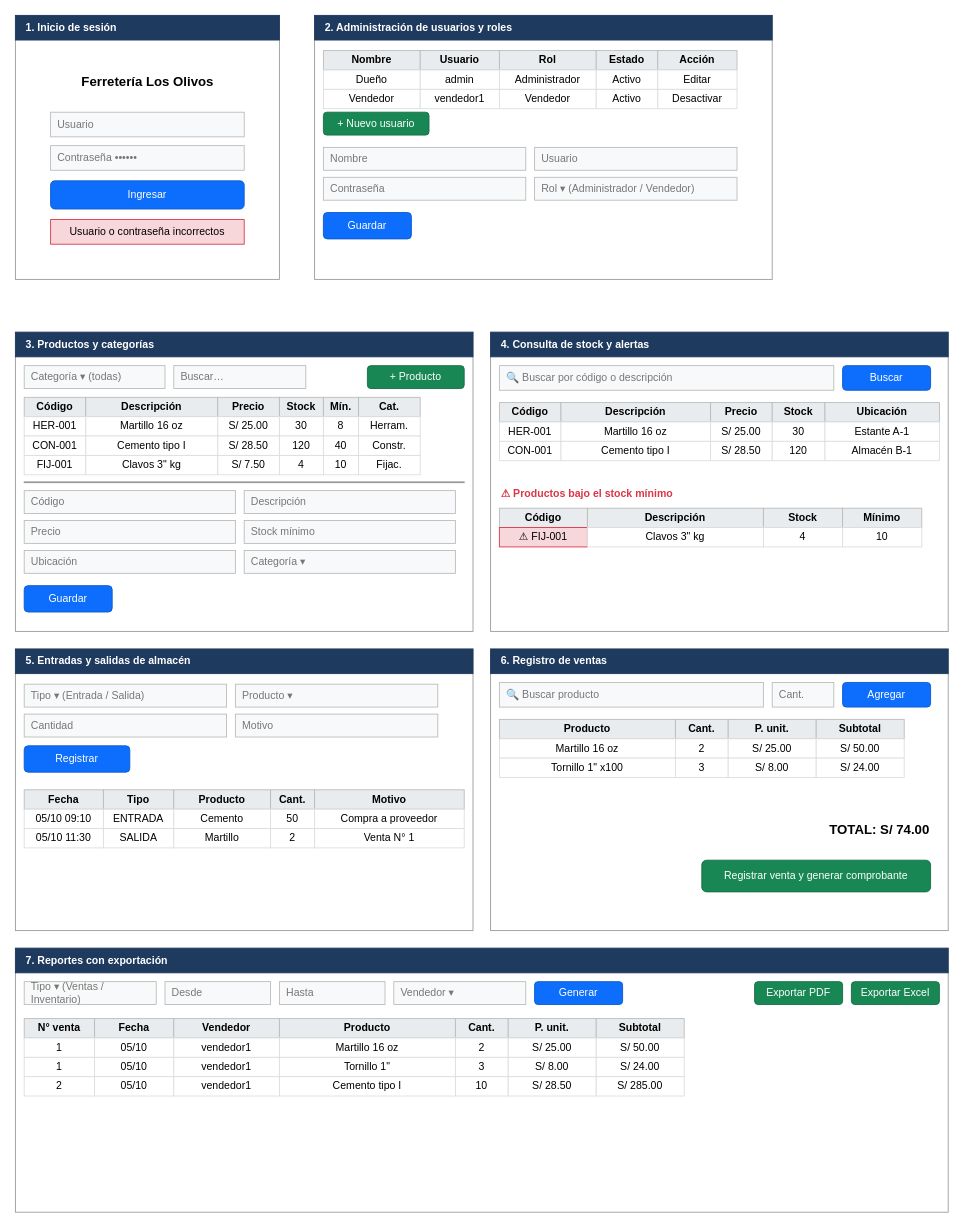
Before: 02_Diseno_Tecnico/04_Prototipos_Pantallas.drawio in u00041062-cyber/ferreteria-inventario-ventas, a draw.io diagram. Source tidied: cells renumbered, new cells numbered last; positions are measured from the earlier drawing's top-left corner, leaving out a move shared by most shapes. Both pictures are drawn from the tidied source at 88%, with x=0, y=0 at pixel (15, 15).
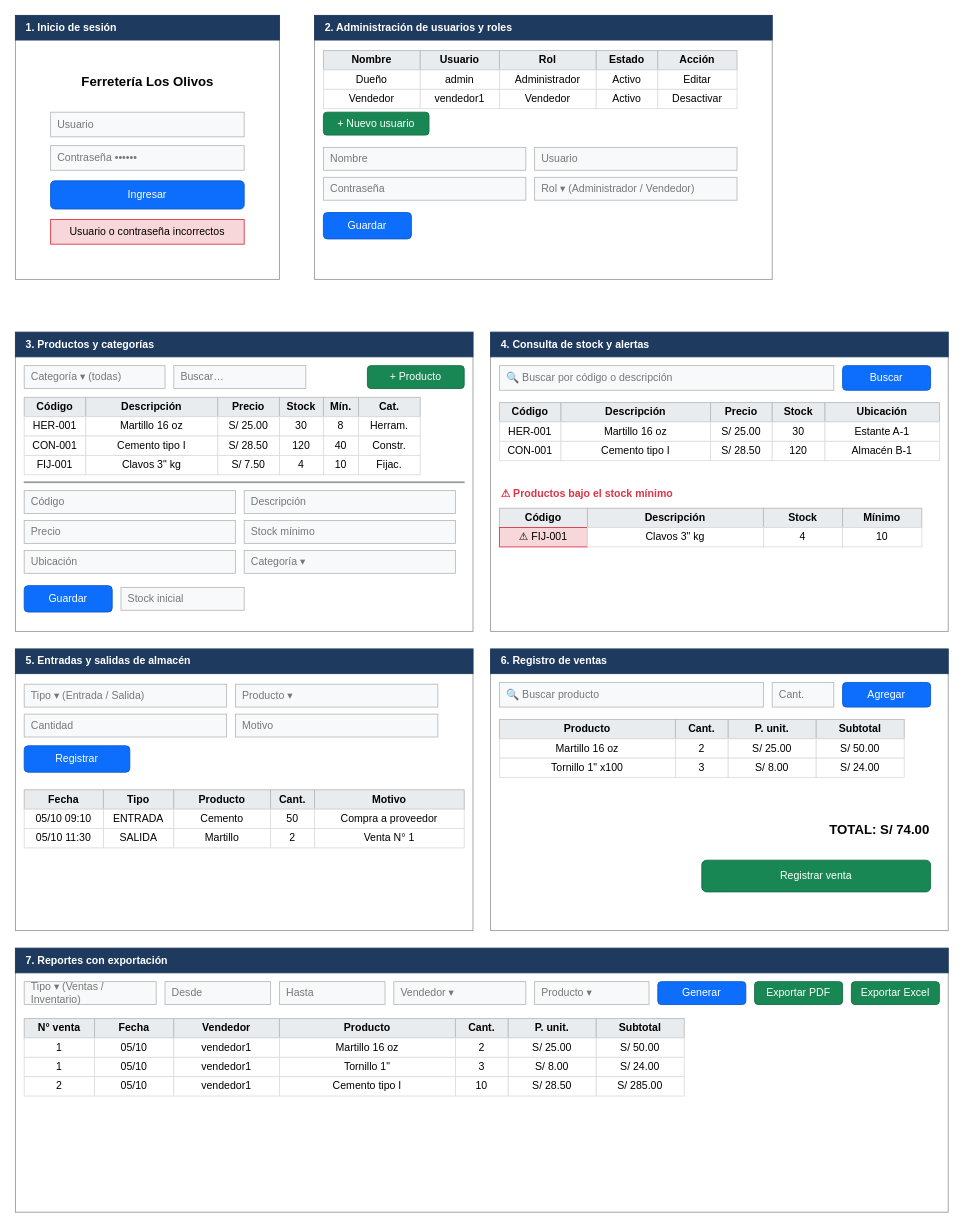
The same page after the edit.

Change to the diagram source:
```diff
@@
-    <mxCell id="137" value="Registrar venta y generar comprobante" style="rounded=1;whiteSpace=wrap;html=1;fillColor=#198754;fontColor=#ffffff;strokeColor=#146c43;" parent="1" vertex="1">
+    <mxCell id="137" value="Registrar venta" style="rounded=1;whiteSpace=wrap;html=1;fillColor=#198754;fontColor=#ffffff;strokeColor=#146c43;" parent="1" vertex="1">
       <mxGeometry x="780" y="960" width="260" height="36" as="geometry" />
     </mxCell>
@@
     <mxCell id="144" value="Generar" style="rounded=1;whiteSpace=wrap;html=1;fillColor=#0d6efd;fontColor=#ffffff;strokeColor=#0a58ca;" parent="1" vertex="1">
-      <mxGeometry x="590" y="1098" width="100" height="26" as="geometry" />
+      <mxGeometry x="730" y="1098" width="100" height="26" as="geometry" />
     </mxCell>
@@
+    <mxCell id="175" value="Producto ▾" style="rounded=0;whiteSpace=wrap;html=1;fillColor=#f8f9fa;strokeColor=#bbbbbb;align=left;spacingLeft=6;fontColor=#777777;" parent="1" vertex="1">
+      <mxGeometry x="590" y="1098" width="130" height="26" as="geometry" />
+    </mxCell>
+    <mxCell id="176" value="Stock inicial" style="rounded=0;whiteSpace=wrap;html=1;fillColor=#f8f9fa;strokeColor=#bbbbbb;align=left;spacingLeft=6;fontColor=#777777;" parent="1" vertex="1">
+      <mxGeometry x="120" y="650" width="140" height="26" as="geometry" />
+    </mxCell>
```
